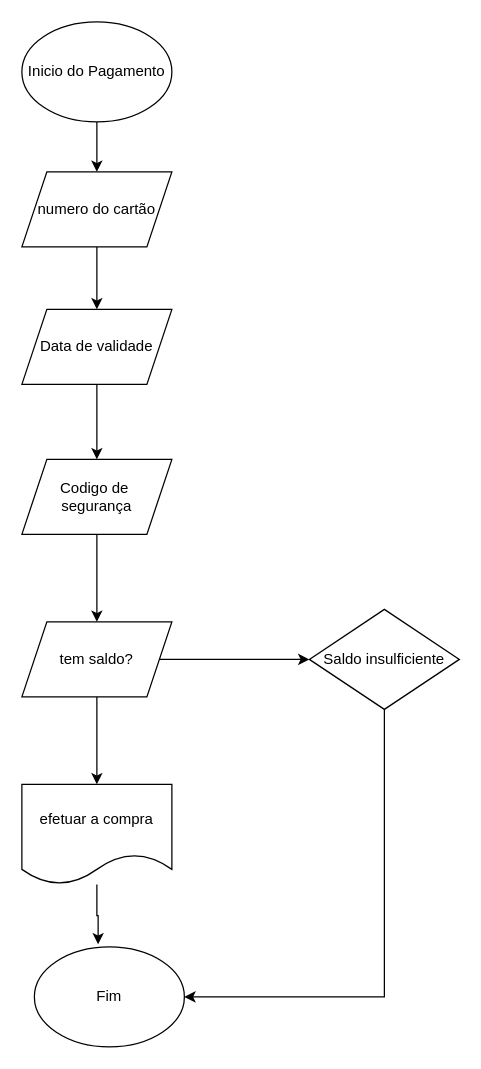
Earlier version of the draw.io diagram Untitled Diagram.drawio (Rafael7360/arbyte). Source tidied: cells renumbered, new cells numbered last; positions are measured from the earlier drawing's top-left corner, leaving out a move shared by most shapes. Both pictures are drawn from the tidied source at 125%, with x=0, y=0 at pixel (21, 21).
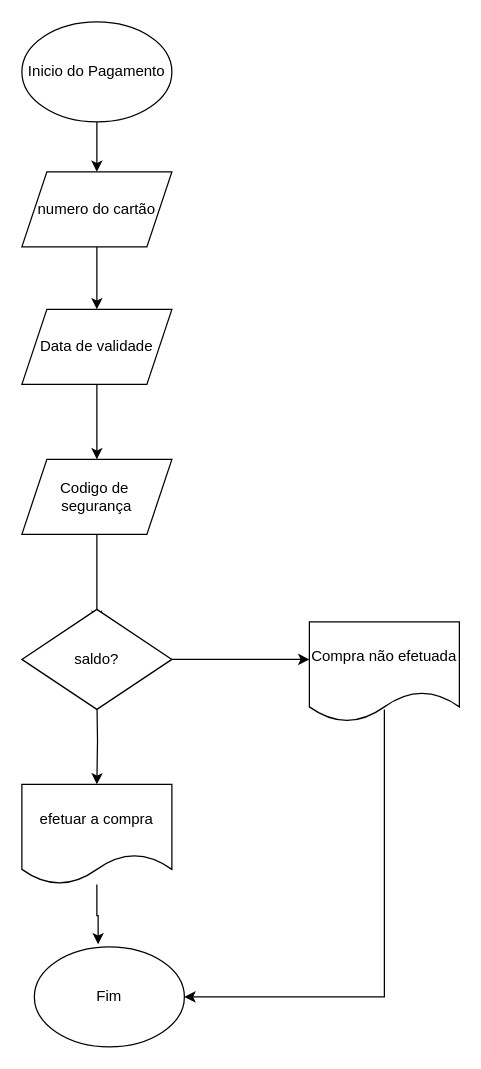
The same diagram, later.

Unchanged cells that the change refers to:
```xml
<mxCell id="9" value="Codigo de&amp;nbsp;&lt;br&gt;segurança&lt;br&gt;" style="shape=parallelogram;perimeter=parallelogramPerimeter;whiteSpace=wrap;html=1;fixedSize=1;" parent="1" vertex="1">
  <mxGeometry y="350" width="120" height="60" as="geometry" />
</mxCell>
<mxCell id="16" value="efetuar a compra" style="shape=document;whiteSpace=wrap;html=1;boundedLbl=1;" parent="1" vertex="1">
  <mxGeometry y="610" width="120" height="80" as="geometry" />
</mxCell>
<mxCell id="17" value="Fim&lt;br&gt;" style="ellipse;whiteSpace=wrap;html=1;" parent="1" vertex="1">
  <mxGeometry x="10" y="740" width="120" height="80" as="geometry" />
</mxCell>
```

The edit, as a diff of the source:
```diff
@@
-    <mxCell id="8" style="edgeStyle=orthogonalEdgeStyle;rounded=0;jettySize=auto;html=1;" parent="1" edge="1" source="9" target="14">
-      <mxGeometry relative="1" as="geometry" />
+    <mxCell id="8" style="edgeStyle=orthogonalEdgeStyle;rounded=0;jettySize=auto;html=1;" parent="1" edge="1" source="9">
+      <mxGeometry relative="1" as="geometry">
+        <mxPoint x="60" y="480" as="targetPoint" />
+      </mxGeometry>
     </mxCell>
@@
-    <mxCell id="10" style="edgeStyle=orthogonalEdgeStyle;rounded=0;jettySize=auto;html=1;entryX=1;entryY=0.5;entryDx=0;entryDy=0;" parent="1" edge="1" source="11" target="17">
+    <mxCell id="10" style="edgeStyle=orthogonalEdgeStyle;rounded=0;jettySize=auto;html=1;entryX=1;entryY=0.5;entryDx=0;entryDy=0;" parent="1" edge="1" target="17">
       <mxGeometry relative="1" as="geometry">
+        <mxPoint x="290" y="550" as="sourcePoint" />
         <Array as="points">
           <mxPoint x="290" y="780" />
         </Array>
       </mxGeometry>
     </mxCell>
-    <mxCell id="11" value="Saldo insulficiente" style="rhombus;whiteSpace=wrap;html=1;" parent="1" vertex="1">
-      <mxGeometry x="230" y="470" width="120" height="80" as="geometry" />
-    </mxCell>
-    <mxCell id="12" style="edgeStyle=orthogonalEdgeStyle;rounded=0;jettySize=auto;html=1;entryX=0.5;entryY=0;entryDx=0;entryDy=0;" parent="1" edge="1" source="14" target="16">
-      <mxGeometry relative="1" as="geometry" />
+    <mxCell id="12" style="edgeStyle=orthogonalEdgeStyle;rounded=0;jettySize=auto;html=1;entryX=0.5;entryY=0;entryDx=0;entryDy=0;" parent="1" edge="1" target="16">
+      <mxGeometry relative="1" as="geometry">
+        <mxPoint x="60" y="540" as="sourcePoint" />
+      </mxGeometry>
     </mxCell>
-    <mxCell id="13" style="edgeStyle=orthogonalEdgeStyle;rounded=0;jettySize=auto;html=1;" parent="1" edge="1" source="14" target="11">
-      <mxGeometry relative="1" as="geometry" />
+    <mxCell id="13" style="edgeStyle=orthogonalEdgeStyle;rounded=0;orthogonalLoop=1;jettySize=auto;html=1;" parent="1" edge="1">
+      <mxGeometry relative="1" as="geometry">
+        <mxPoint x="110" y="510" as="sourcePoint" />
+        <mxPoint x="230" y="510" as="targetPoint" />
+      </mxGeometry>
     </mxCell>
-    <mxCell id="14" value="tem saldo?" style="shape=parallelogram;perimeter=parallelogramPerimeter;whiteSpace=wrap;html=1;fixedSize=1;" parent="1" vertex="1">
-      <mxGeometry y="480" width="120" height="60" as="geometry" />
-    </mxCell>
@@
+    <mxCell id="18" value="Compra não efetuada&lt;br&gt;" style="shape=document;whiteSpace=wrap;html=1;boundedLbl=1;" parent="1" vertex="1">
+      <mxGeometry x="230" y="480" width="120" height="80" as="geometry" />
+    </mxCell>
+    <mxCell id="19" value="saldo?&lt;br&gt;" style="rhombus;whiteSpace=wrap;html=1;" parent="1" vertex="1">
+      <mxGeometry y="470" width="120" height="80" as="geometry" />
+    </mxCell>
```
